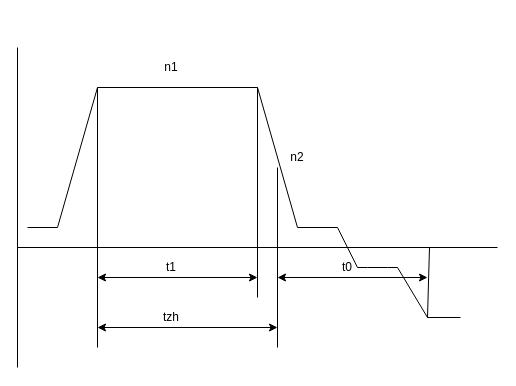
This is speed.drawio from nocsg/drawIoFile, a draw.io file, before an edit. Source tidied: cells renumbered, new cells numbered last; positions are measured from the earlier drawing's top-left corner, leaving out a move shared by most shapes. Both pictures are drawn from the tidied source at 100%, with x=0, y=0 at pixel (17, 47).
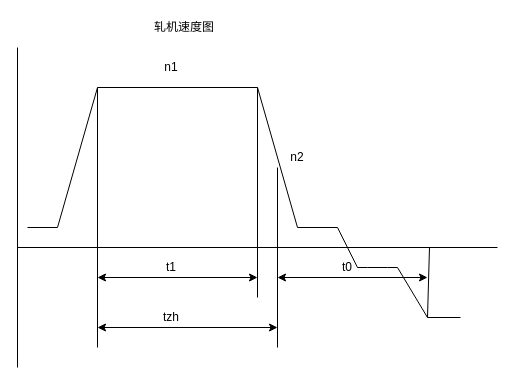
The same page after the edit.

What changed in the source:
```diff
@@
+    <mxCell id="25" value="轧机速度图" style="text;html=1;strokeColor=none;fillColor=none;align=center;verticalAlign=middle;whiteSpace=wrap;rounded=0;" parent="1" vertex="1">
+      <mxGeometry x="134" y="-30" width="66" height="20" as="geometry" />
+    </mxCell>
```
